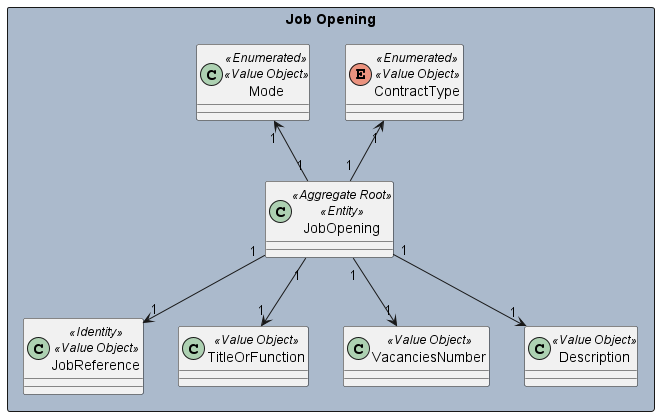
Before: docs/sprintB/1003/svg/1003-domain-model.png, a diagram exported from PlantUML (marcoferreira37/Lapr4). The source it was exported from:
```plantuml
@startuml
skinparam packageStyle rectangle
skinparam shadowing false


rectangle "Job Opening" #abbacc {

    class JobOpening<<Aggregate Root>><<Entity>>{}

    class JobReference<<Identity>><<Value Object>>{}

    class TitleOrFunction<<Value Object>>{}

    enum ContractType<<Enumerated>><<Value Object>>{}

    class Mode<<Enumerated>><<Value Object>>{}


    class VacanciesNumber<<Value Object>>{}

    class Description<<Value Object>>{}


}


JobReference "1" <-up- "1" JobOpening
TitleOrFunction "1" <-up- "1" JobOpening
ContractType "1" <-- "1" JobOpening
Mode "1" <-- "1" JobOpening
Description "1" <-up- "1" JobOpening
VacanciesNumber "1" <-up- "1" JobOpening



@enduml
```
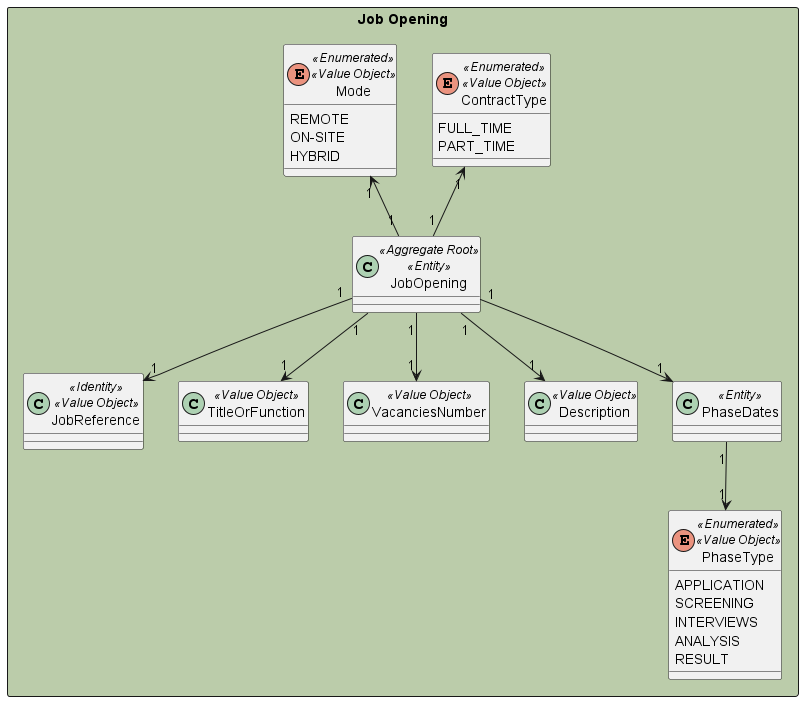
The same diagram one commit later.

Commit message:
#16 - [US1002] Tests added and update of the domain model

What changed in the source:
```diff
@@ -3,7 +3,8 @@
 skinparam shadowing false
 
 
-rectangle "Job Opening" #abbacc {
+
+rectangle "Job Opening" #bbccaa {
 
     class JobOpening<<Aggregate Root>><<Entity>>{}
 
@@ -11,16 +12,33 @@
 
     class TitleOrFunction<<Value Object>>{}
 
-    enum ContractType<<Enumerated>><<Value Object>>{}
+    enum ContractType<<Enumerated>><<Value Object>>{
+        FULL_TIME
+        PART_TIME
+    }
 
-    class Mode<<Enumerated>><<Value Object>>{}
+    enum Mode<<Enumerated>><<Value Object>>{
+        REMOTE
+        ON-SITE
+        HYBRID
+        }
 
 
     class VacanciesNumber<<Value Object>>{}
 
     class Description<<Value Object>>{}
 
+    class PhaseDates<<Entity>>{}
+    enum PhaseType<<Enumerated>><<Value Object>>{
+                APPLICATION
+                SCREENING
+                INTERVIEWS
+                ANALYSIS
+                RESULT
+            }
+     JobOpening "1" --> "1" PhaseDates
 
+     PhaseDates "1" --> "1" PhaseType
 }
 
 
```
